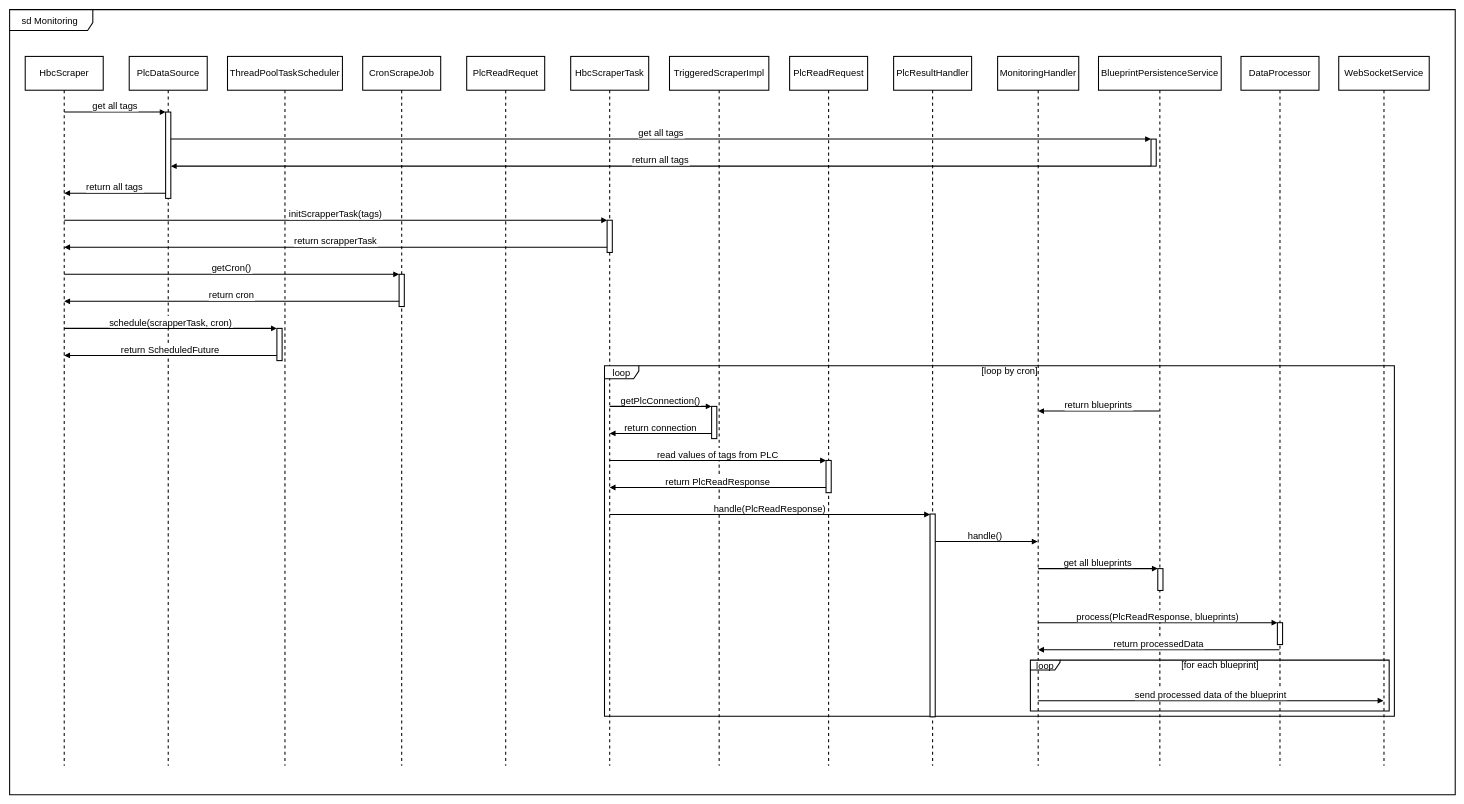
f-pms/Document keeps this draw.io diagram as Report7/SDD/Monitoring/sequence-T3-04.drawio. Above is the earlier version. Source tidied: cells renumbered, new cells numbered last; positions are measured from the earlier drawing's top-left corner, leaving out a move shared by most shapes. Both pictures are drawn from the tidied source at 52%, with x=0, y=0 at pixel (9, 9).
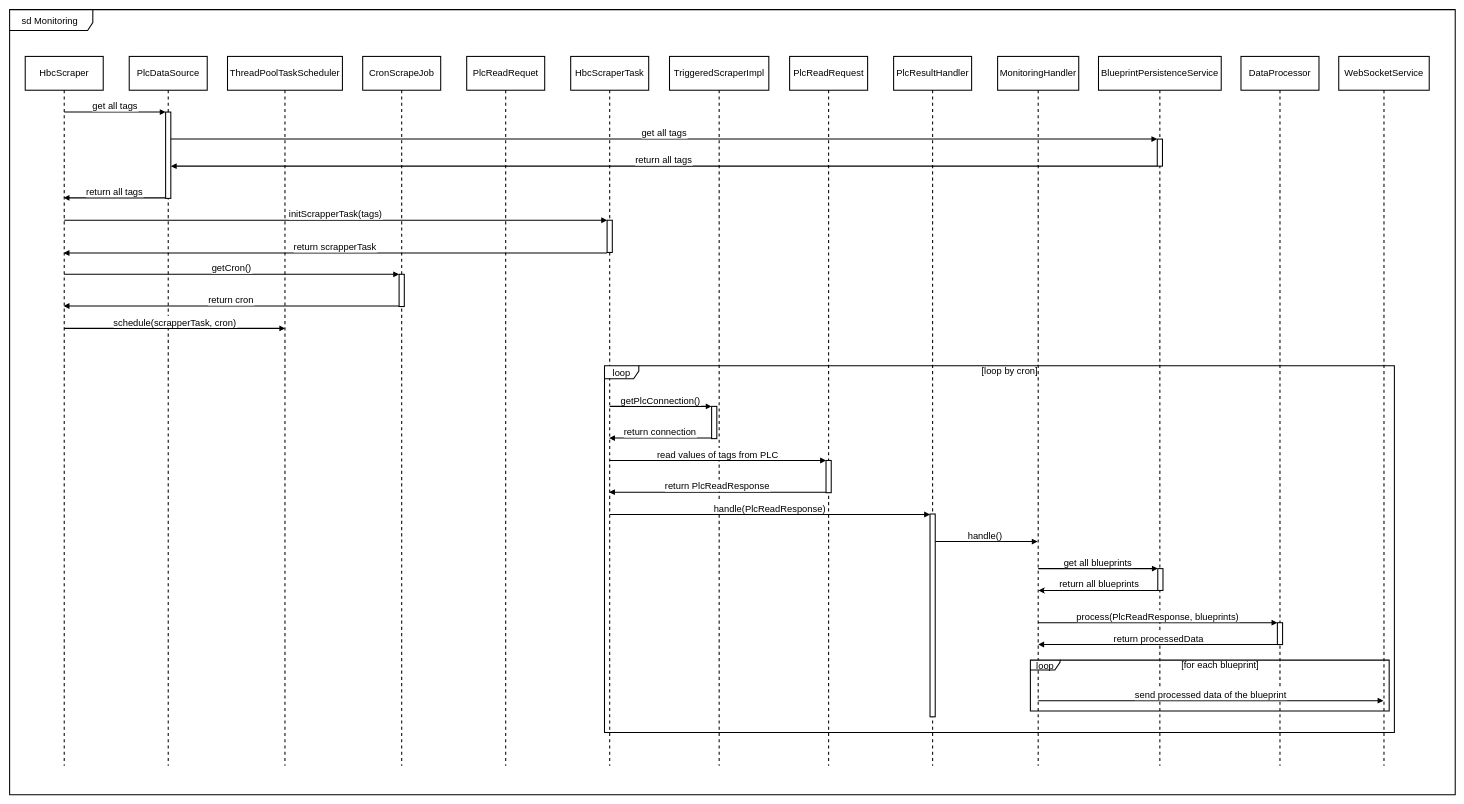
The same diagram, later.

Commit message (it also covers changes not shown here):
modify monitoring sequence

The change refers to these unchanged cells:
```xml
<mxCell id="2" value="HbcScraper" style="shape=umlLifeline;perimeter=lifelinePerimeter;whiteSpace=wrap;outlineConnect=0;portConstraint=eastwest;newEdgeStyle={&quot;edgeStyle&quot;:&quot;elbowEdgeStyle&quot;,&quot;elbow&quot;:&quot;vertical&quot;,&quot;curved&quot;:0,&quot;rounded&quot;:0};size=65;strokeWidth=2;fontSize=18;" parent="1" vertex="1">
  <mxGeometry x="30" y="90" width="150" height="1364" as="geometry" />
</mxCell>
<mxCell id="4" style="points=[];perimeter=orthogonalPerimeter;outlineConnect=0;targetShapes=umlLifeline;portConstraint=eastwest;newEdgeStyle={&quot;edgeStyle&quot;:&quot;elbowEdgeStyle&quot;,&quot;elbow&quot;:&quot;vertical&quot;,&quot;curved&quot;:0,&quot;rounded&quot;:0};strokeWidth=2;fontSize=18;" parent="3" vertex="1">
  <mxGeometry x="70" y="107" width="10" height="166" as="geometry" />
</mxCell>
<mxCell id="5" value="ThreadPoolTaskScheduler" style="shape=umlLifeline;perimeter=lifelinePerimeter;whiteSpace=wrap;newEdgeStyle={&quot;edgeStyle&quot;:&quot;elbowEdgeStyle&quot;,&quot;elbow&quot;:&quot;vertical&quot;,&quot;curved&quot;:0,&quot;rounded&quot;:0};size=65;strokeWidth=2;fontSize=18;" parent="1" vertex="1">
  <mxGeometry x="419" y="90" width="221" height="1364" as="geometry" />
</mxCell>
<mxCell id="8" style="points=[];perimeter=orthogonalPerimeter;outlineConnect=0;targetShapes=umlLifeline;portConstraint=eastwest;newEdgeStyle={&quot;edgeStyle&quot;:&quot;elbowEdgeStyle&quot;,&quot;elbow&quot;:&quot;vertical&quot;,&quot;curved&quot;:0,&quot;rounded&quot;:0};strokeWidth=2;fontSize=18;" parent="7" vertex="1">
  <mxGeometry x="70" y="419" width="10" height="62" as="geometry" />
</mxCell>
<mxCell id="10" value="HbcScraperTask" style="shape=umlLifeline;perimeter=lifelinePerimeter;whiteSpace=wrap;outlineConnect=0;portConstraint=eastwest;newEdgeStyle={&quot;edgeStyle&quot;:&quot;elbowEdgeStyle&quot;,&quot;elbow&quot;:&quot;vertical&quot;,&quot;curved&quot;:0,&quot;rounded&quot;:0};size=65;strokeWidth=2;fontSize=18;" parent="1" vertex="1">
  <mxGeometry x="1079" y="90" width="150" height="1364" as="geometry" />
</mxCell>
<mxCell id="11" style="points=[];perimeter=orthogonalPerimeter;outlineConnect=0;targetShapes=umlLifeline;portConstraint=eastwest;newEdgeStyle={&quot;edgeStyle&quot;:&quot;elbowEdgeStyle&quot;,&quot;elbow&quot;:&quot;vertical&quot;,&quot;curved&quot;:0,&quot;rounded&quot;:0};strokeWidth=2;fontSize=18;" parent="10" vertex="1">
  <mxGeometry x="70" y="315" width="10" height="62" as="geometry" />
</mxCell>
<mxCell id="13" style="points=[];perimeter=orthogonalPerimeter;outlineConnect=0;targetShapes=umlLifeline;portConstraint=eastwest;newEdgeStyle={&quot;edgeStyle&quot;:&quot;elbowEdgeStyle&quot;,&quot;elbow&quot;:&quot;vertical&quot;,&quot;curved&quot;:0,&quot;rounded&quot;:0};strokeWidth=2;fontSize=18;" parent="12" vertex="1">
  <mxGeometry x="81" y="673" width="10" height="62" as="geometry" />
</mxCell>
<mxCell id="15" style="points=[];perimeter=orthogonalPerimeter;outlineConnect=0;targetShapes=umlLifeline;portConstraint=eastwest;newEdgeStyle={&quot;edgeStyle&quot;:&quot;elbowEdgeStyle&quot;,&quot;elbow&quot;:&quot;vertical&quot;,&quot;curved&quot;:0,&quot;rounded&quot;:0};strokeWidth=2;fontSize=18;" parent="14" vertex="1">
  <mxGeometry x="70" y="777" width="10" height="62" as="geometry" />
</mxCell>
<mxCell id="17" value="MonitoringHandler" style="shape=umlLifeline;perimeter=lifelinePerimeter;whiteSpace=wrap;outlineConnect=0;portConstraint=eastwest;newEdgeStyle={&quot;edgeStyle&quot;:&quot;elbowEdgeStyle&quot;,&quot;elbow&quot;:&quot;vertical&quot;,&quot;curved&quot;:0,&quot;rounded&quot;:0};size=65;strokeWidth=2;fontSize=18;" parent="1" vertex="1">
  <mxGeometry x="1900" y="90" width="156" height="1364" as="geometry" />
</mxCell>
<mxCell id="18" value="BlueprintPersistenceService" style="shape=umlLifeline;perimeter=lifelinePerimeter;whiteSpace=wrap;outlineConnect=0;portConstraint=eastwest;newEdgeStyle={&quot;edgeStyle&quot;:&quot;elbowEdgeStyle&quot;,&quot;elbow&quot;:&quot;vertical&quot;,&quot;curved&quot;:0,&quot;rounded&quot;:0};size=65;strokeWidth=2;fontSize=18;" parent="1" vertex="1">
  <mxGeometry x="2094" y="90" width="236" height="1364" as="geometry" />
</mxCell>
<mxCell id="21" value="DataProcessor" style="shape=umlLifeline;perimeter=lifelinePerimeter;whiteSpace=wrap;outlineConnect=0;portConstraint=eastwest;newEdgeStyle={&quot;edgeStyle&quot;:&quot;elbowEdgeStyle&quot;,&quot;elbow&quot;:&quot;vertical&quot;,&quot;curved&quot;:0,&quot;rounded&quot;:0};size=65;strokeWidth=2;fontSize=18;" parent="1" vertex="1">
  <mxGeometry x="2368" y="90" width="150" height="1364" as="geometry" />
</mxCell>
```

Diff of the diagram source:
```diff
@@
-    <mxCell id="6" style="points=[];perimeter=orthogonalPerimeter;outlineConnect=0;targetShapes=umlLifeline;portConstraint=eastwest;newEdgeStyle={&quot;edgeStyle&quot;:&quot;elbowEdgeStyle&quot;,&quot;elbow&quot;:&quot;vertical&quot;,&quot;curved&quot;:0,&quot;rounded&quot;:0};strokeWidth=2;fontSize=18;" parent="5" vertex="1">
-      <mxGeometry x="95" y="523" width="10" height="62" as="geometry" />
-    </mxCell>
@@
     <mxCell id="19" style="points=[];perimeter=orthogonalPerimeter;outlineConnect=0;targetShapes=umlLifeline;portConstraint=eastwest;newEdgeStyle={&quot;edgeStyle&quot;:&quot;elbowEdgeStyle&quot;,&quot;elbow&quot;:&quot;vertical&quot;,&quot;curved&quot;:0,&quot;rounded&quot;:0};strokeWidth=2;fontSize=18;" parent="18" vertex="1">
-      <mxGeometry x="101" y="159" width="10" height="52" as="geometry" />
+      <mxGeometry x="113" y="159" width="10" height="52" as="geometry" />
     </mxCell>
@@
     <mxCell id="26" value="loop" style="shape=umlFrame;strokeColor=#000000;height=25;width=66;strokeWidth=2;fontSize=18;" parent="1" vertex="1">
-      <mxGeometry x="1144" y="685" width="1519" height="674" as="geometry" />
+      <mxGeometry x="1144" y="685" width="1519" height="705" as="geometry" />
     </mxCell>
     <mxCell id="27" value="[loop by cron]" style="text;strokeColor=none;fillColor=none;align=center;verticalAlign=middle;whiteSpace=wrap;strokeWidth=2;fontSize=18;" parent="26" vertex="1">
-      <mxGeometry x="40" width="1479" height="20" as="geometry" />
+      <mxGeometry x="40" width="1479" height="20.9" as="geometry" />
     </mxCell>
@@
-    <mxCell id="31" value="return all tags" style="verticalAlign=bottom;endArrow=block;edgeStyle=elbowEdgeStyle;elbow=vertical;curved=0;rounded=0;strokeWidth=2;fontSize=18;" parent="1" edge="1" source="4" target="2">
+    <mxCell id="31" value="return all tags" style="verticalAlign=bottom;endArrow=block;edgeStyle=elbowEdgeStyle;elbow=vertical;curved=0;rounded=0;strokeWidth=2;fontSize=18;" parent="1" edge="1">
       <mxGeometry relative="1" as="geometry">
+        <mxPoint x="300" y="362" as="sourcePoint" />
+        <mxPoint x="103.8" y="362" as="targetPoint" />
         <Array as="points">
-          <mxPoint x="213" y="353" />
+          <mxPoint x="213" y="362" />
         </Array>
       </mxGeometry>
     </mxCell>
@@
-    <mxCell id="33" value="return scrapperTask" style="verticalAlign=bottom;endArrow=block;edgeStyle=elbowEdgeStyle;elbow=vertical;curved=0;rounded=0;strokeWidth=2;fontSize=18;" parent="1" edge="1" source="11" target="2">
+    <mxCell id="33" value="return scrapperTask" style="verticalAlign=bottom;endArrow=block;edgeStyle=elbowEdgeStyle;elbow=vertical;curved=0;rounded=0;strokeWidth=2;fontSize=18;" parent="1" edge="1">
       <mxGeometry relative="1" as="geometry">
+        <mxPoint x="1149" y="468" as="sourcePoint" />
+        <mxPoint x="103.8" y="468" as="targetPoint" />
         <Array as="points">
-          <mxPoint x="637" y="457" />
+          <mxPoint x="637" y="468" />
         </Array>
       </mxGeometry>
     </mxCell>
@@
-    <mxCell id="35" value="return cron" style="verticalAlign=bottom;endArrow=block;edgeStyle=elbowEdgeStyle;elbow=vertical;curved=0;rounded=0;strokeWidth=2;fontSize=18;" parent="1" edge="1" source="8" target="2">
+    <mxCell id="35" value="return cron" style="verticalAlign=bottom;endArrow=block;edgeStyle=elbowEdgeStyle;elbow=vertical;curved=0;rounded=0;strokeWidth=2;fontSize=18;" parent="1" edge="1">
       <mxGeometry relative="1" as="geometry">
+        <mxPoint x="749" y="570" as="sourcePoint" />
+        <mxPoint x="103.8" y="570" as="targetPoint" />
         <Array as="points">
-          <mxPoint x="437" y="561" />
+          <mxPoint x="437" y="570" />
         </Array>
       </mxGeometry>
     </mxCell>
-    <mxCell id="36" value="schedule(scrapperTask, cron)" style="verticalAlign=bottom;endArrow=block;edgeStyle=elbowEdgeStyle;elbow=vertical;curved=0;rounded=0;strokeWidth=2;fontSize=18;" parent="1" edge="1" source="2" target="6">
+    <mxCell id="36" value="schedule(scrapperTask, cron)" style="verticalAlign=bottom;endArrow=block;edgeStyle=elbowEdgeStyle;elbow=vertical;curved=0;rounded=0;strokeWidth=2;fontSize=18;" parent="1" edge="1" source="2">
       <mxGeometry relative="1" as="geometry">
+        <mxPoint x="530" y="613" as="targetPoint" />
         <Array as="points">
           <mxPoint x="327" y="613" />
         </Array>
       </mxGeometry>
     </mxCell>
-    <mxCell id="37" value="return ScheduledFuture" style="verticalAlign=bottom;endArrow=block;edgeStyle=elbowEdgeStyle;elbow=vertical;curved=0;rounded=0;strokeWidth=2;fontSize=18;" parent="1" edge="1" source="6" target="2">
-      <mxGeometry relative="1" as="geometry">
-        <Array as="points">
-          <mxPoint x="325" y="665" />
-        </Array>
-      </mxGeometry>
-    </mxCell>
@@
-    <mxCell id="39" value="return connection" style="verticalAlign=bottom;endArrow=block;edgeStyle=elbowEdgeStyle;elbow=vertical;curved=0;rounded=0;strokeWidth=2;fontSize=18;" parent="1" edge="1" source="13" target="10">
+    <mxCell id="39" value="return connection" style="verticalAlign=bottom;endArrow=block;edgeStyle=elbowEdgeStyle;elbow=vertical;curved=0;rounded=0;strokeWidth=2;fontSize=18;" parent="1" edge="1">
       <mxGeometry relative="1" as="geometry">
+        <mxPoint x="1350" y="824" as="sourcePoint" />
+        <mxPoint x="1152.8" y="824" as="targetPoint" />
         <Array as="points">
-          <mxPoint x="1267" y="815" />
+          <mxPoint x="1267" y="824" />
         </Array>
       </mxGeometry>
     </mxCell>
@@
-    <mxCell id="41" value="return PlcReadResponse" style="verticalAlign=bottom;endArrow=block;edgeStyle=elbowEdgeStyle;elbow=vertical;curved=0;rounded=0;strokeWidth=2;fontSize=18;" parent="1" edge="1" source="15" target="10">
+    <mxCell id="41" value="return PlcReadResponse" style="verticalAlign=bottom;endArrow=block;edgeStyle=elbowEdgeStyle;elbow=vertical;curved=0;rounded=0;strokeWidth=2;fontSize=18;" parent="1" edge="1">
       <mxGeometry relative="1" as="geometry">
+        <mxPoint x="1570" y="928" as="sourcePoint" />
+        <mxPoint x="1152.8" y="928" as="targetPoint" />
         <Array as="points">
-          <mxPoint x="1372" y="919" />
+          <mxPoint x="1372" y="928" />
         </Array>
       </mxGeometry>
     </mxCell>
@@
-    <mxCell id="45" value="return blueprints" style="verticalAlign=bottom;endArrow=block;edgeStyle=elbowEdgeStyle;elbow=vertical;curved=0;rounded=0;strokeWidth=2;fontSize=18;" parent="1" edge="1" source="18" target="17">
-      <mxGeometry relative="1" as="geometry">
-        <Array as="points">
-          <mxPoint x="2105" y="1127" />
-        </Array>
-      </mxGeometry>
-    </mxCell>
@@
-    <mxCell id="47" value="return processedData" style="verticalAlign=bottom;endArrow=block;edgeStyle=elbowEdgeStyle;elbow=vertical;curved=0;rounded=0;strokeWidth=2;fontSize=18;" parent="1" edge="1" source="21" target="17">
+    <mxCell id="47" value="return processedData" style="verticalAlign=bottom;endArrow=block;edgeStyle=elbowEdgeStyle;elbow=vertical;curved=0;rounded=0;strokeWidth=2;fontSize=18;" parent="1" edge="1">
       <mxGeometry relative="1" as="geometry">
+        <mxPoint x="2442" y="1221" as="sourcePoint" />
+        <mxPoint x="1978.2" y="1221" as="targetPoint" />
         <Array as="points">
-          <mxPoint x="2221" y="1231" />
+          <mxPoint x="2221" y="1221" />
         </Array>
       </mxGeometry>
     </mxCell>
@@
+    <mxCell id="51" style="edgeStyle=elbowEdgeStyle;rounded=0;orthogonalLoop=1;jettySize=auto;html=1;elbow=vertical;curved=0;strokeWidth=2;" parent="1" edge="1">
+      <mxGeometry relative="1" as="geometry">
+        <mxPoint x="2208" y="1117.2" as="sourcePoint" />
+        <mxPoint x="1978.5" y="1117.2" as="targetPoint" />
+      </mxGeometry>
+    </mxCell>
+    <mxCell id="52" value="return all blueprints" style="edgeLabel;html=1;align=center;verticalAlign=middle;fontSize=18;" parent="51" vertex="1">
+      <mxGeometry x="-0.18" y="2" relative="1" as="geometry">
+        <mxPoint x="-20" y="-16" as="offset" />
+      </mxGeometry>
+    </mxCell>
```
